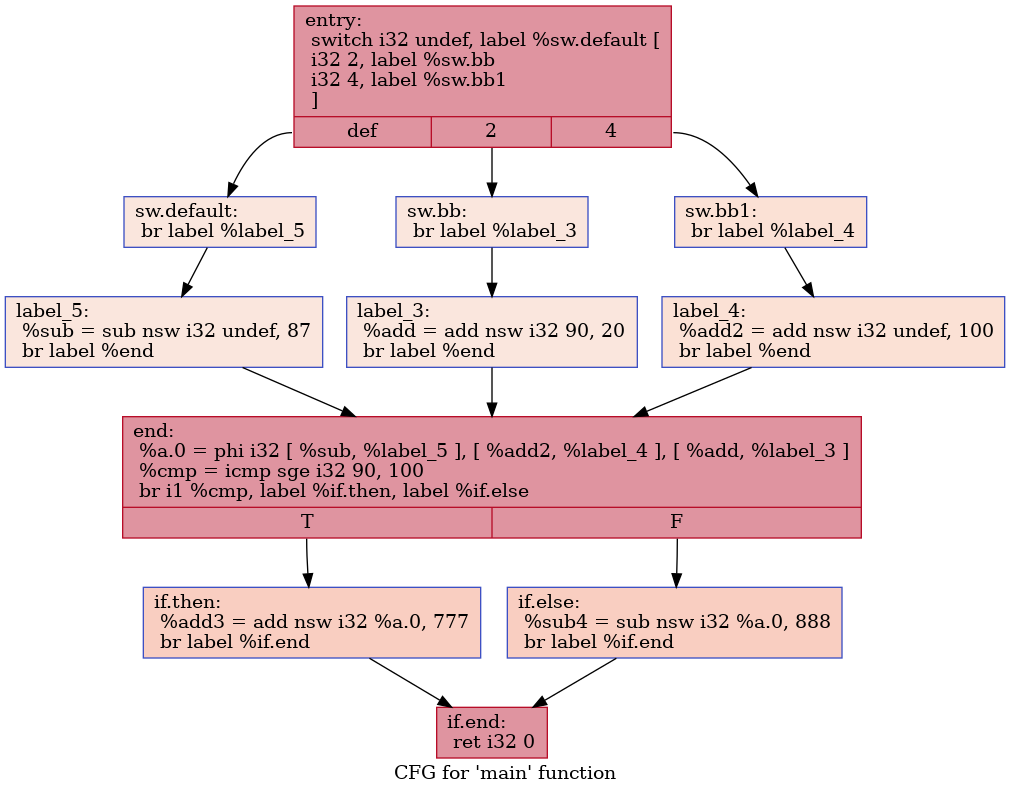
Before: IR/cfg/baseline.dot.png, a diagram exported from Graphviz (HPSSA-LLVM/HPSSA-LLVM). Its source is kept beside it as IR/cfg/baseline.dot.
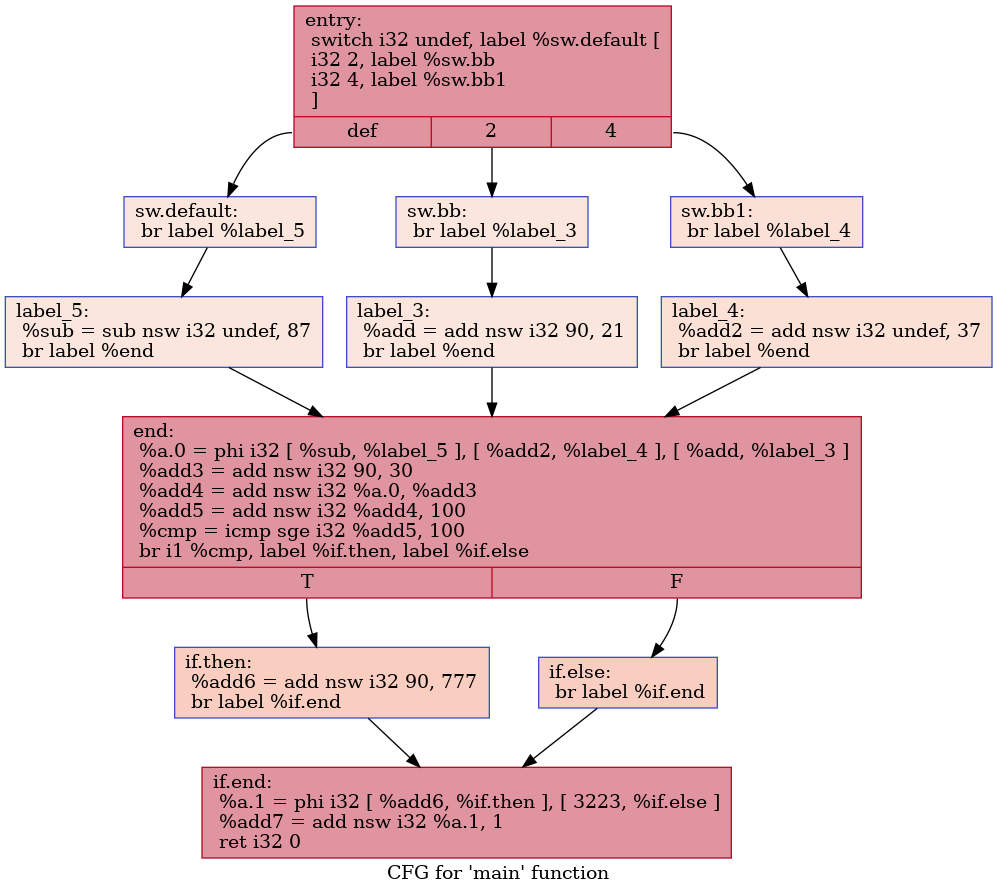
After the commit.

The edit, as a diff of the source:
```diff
@@ -1,28 +1,28 @@
 digraph "CFG for 'main' function" {
 	label="CFG for 'main' function";
 
-	Node0x55af77f527b0 [shape=record,color="#b70d28ff", style=filled, fillcolor="#b70d2870",label="{entry:\l  switch i32 undef, label %sw.default [\l    i32 2, label %sw.bb\l    i32 4, label %sw.bb1\l  ]\l|{<s0>def|<s1>2|<s2>4}}"];
-	Node0x55af77f527b0:s0 -> Node0x55af77f52d10;
-	Node0x55af77f527b0:s1 -> Node0x55af77f52d90;
-	Node0x55af77f527b0:s2 -> Node0x55af77f52e30;
-	Node0x55af77f52d90 [shape=record,color="#3d50c3ff", style=filled, fillcolor="#f3c7b170",label="{sw.bb:                                            \l  br label %label_3\l}"];
-	Node0x55af77f52d90 -> Node0x55af77f52fc0;
-	Node0x55af77f52e30 [shape=record,color="#3d50c3ff", style=filled, fillcolor="#f7bca170",label="{sw.bb1:                                           \l  br label %label_4\l}"];
-	Node0x55af77f52e30 -> Node0x55af77f530a0;
-	Node0x55af77f52d10 [shape=record,color="#3d50c3ff", style=filled, fillcolor="#f3c7b170",label="{sw.default:                                       \l  br label %label_5\l}"];
-	Node0x55af77f52d10 -> Node0x55af77f53180;
-	Node0x55af77f52fc0 [shape=record,color="#3d50c3ff", style=filled, fillcolor="#f3c7b170",label="{label_3:                                          \l  %add = add nsw i32 90, 20\l  br label %end\l}"];
-	Node0x55af77f52fc0 -> Node0x55af77f53370;
-	Node0x55af77f530a0 [shape=record,color="#3d50c3ff", style=filled, fillcolor="#f7bca170",label="{label_4:                                          \l  %add2 = add nsw i32 undef, 100\l  br label %end\l}"];
-	Node0x55af77f530a0 -> Node0x55af77f53370;
-	Node0x55af77f53180 [shape=record,color="#3d50c3ff", style=filled, fillcolor="#f3c7b170",label="{label_5:                                          \l  %sub = sub nsw i32 undef, 87\l  br label %end\l}"];
-	Node0x55af77f53180 -> Node0x55af77f53370;
-	Node0x55af77f53370 [shape=record,color="#b70d28ff", style=filled, fillcolor="#b70d2870",label="{end:                                              \l  %a.0 = phi i32 [ %sub, %label_5 ], [ %add2, %label_4 ], [ %add, %label_3 ]\l  %cmp = icmp sge i32 90, 100\l  br i1 %cmp, label %if.then, label %if.else\l|{<s0>T|<s1>F}}"];
-	Node0x55af77f53370:s0 -> Node0x55af77f53a30;
-	Node0x55af77f53370:s1 -> Node0x55af77f53aa0;
-	Node0x55af77f53a30 [shape=record,color="#3d50c3ff", style=filled, fillcolor="#f2907270",label="{if.then:                                          \l  %add3 = add nsw i32 %a.0, 777\l  br label %if.end\l}"];
-	Node0x55af77f53a30 -> Node0x55af77f53ca0;
-	Node0x55af77f53aa0 [shape=record,color="#3d50c3ff", style=filled, fillcolor="#f2907270",label="{if.else:                                          \l  %sub4 = sub nsw i32 %a.0, 888\l  br label %if.end\l}"];
-	Node0x55af77f53aa0 -> Node0x55af77f53ca0;
-	Node0x55af77f53ca0 [shape=record,color="#b70d28ff", style=filled, fillcolor="#b70d2870",label="{if.end:                                           \l  ret i32 0\l}"];
+	Node0x5618d3354840 [shape=record,color="#b70d28ff", style=filled, fillcolor="#b70d2870",label="{entry:\l  switch i32 undef, label %sw.default [\l    i32 2, label %sw.bb\l    i32 4, label %sw.bb1\l  ]\l|{<s0>def|<s1>2|<s2>4}}"];
+	Node0x5618d3354840:s0 -> Node0x5618d3354da0;
+	Node0x5618d3354840:s1 -> Node0x5618d3354e20;
+	Node0x5618d3354840:s2 -> Node0x5618d3354ec0;
+	Node0x5618d3354e20 [shape=record,color="#3d50c3ff", style=filled, fillcolor="#f3c7b170",label="{sw.bb:                                            \l  br label %label_3\l}"];
+	Node0x5618d3354e20 -> Node0x5618d3355050;
+	Node0x5618d3354ec0 [shape=record,color="#3d50c3ff", style=filled, fillcolor="#f7bca170",label="{sw.bb1:                                           \l  br label %label_4\l}"];
+	Node0x5618d3354ec0 -> Node0x5618d3355130;
+	Node0x5618d3354da0 [shape=record,color="#3d50c3ff", style=filled, fillcolor="#f3c7b170",label="{sw.default:                                       \l  br label %label_5\l}"];
+	Node0x5618d3354da0 -> Node0x5618d3355210;
+	Node0x5618d3355050 [shape=record,color="#3d50c3ff", style=filled, fillcolor="#f3c7b170",label="{label_3:                                          \l  %add = add nsw i32 90, 21\l  br label %end\l}"];
+	Node0x5618d3355050 -> Node0x5618d3355400;
+	Node0x5618d3355130 [shape=record,color="#3d50c3ff", style=filled, fillcolor="#f7bca170",label="{label_4:                                          \l  %add2 = add nsw i32 undef, 37\l  br label %end\l}"];
+	Node0x5618d3355130 -> Node0x5618d3355400;
+	Node0x5618d3355210 [shape=record,color="#3d50c3ff", style=filled, fillcolor="#f3c7b170",label="{label_5:                                          \l  %sub = sub nsw i32 undef, 87\l  br label %end\l}"];
+	Node0x5618d3355210 -> Node0x5618d3355400;
+	Node0x5618d3355400 [shape=record,color="#b70d28ff", style=filled, fillcolor="#b70d2870",label="{end:                                              \l  %a.0 = phi i32 [ %sub, %label_5 ], [ %add2, %label_4 ], [ %add, %label_3 ]\l  %add3 = add nsw i32 90, 30\l  %add4 = add nsw i32 %a.0, %add3\l  %add5 = add nsw i32 %add4, 100\l  %cmp = icmp sge i32 %add5, 100\l  br i1 %cmp, label %if.then, label %if.else\l|{<s0>T|<s1>F}}"];
+	Node0x5618d3355400:s0 -> Node0x5618d3355d30;
+	Node0x5618d3355400:s1 -> Node0x5618d3355da0;
+	Node0x5618d3355d30 [shape=record,color="#3d50c3ff", style=filled, fillcolor="#f2907270",label="{if.then:                                          \l  %add6 = add nsw i32 90, 777\l  br label %if.end\l}"];
+	Node0x5618d3355d30 -> Node0x5618d3355fa0;
+	Node0x5618d3355da0 [shape=record,color="#3d50c3ff", style=filled, fillcolor="#f2907270",label="{if.else:                                          \l  br label %if.end\l}"];
+	Node0x5618d3355da0 -> Node0x5618d3355fa0;
+	Node0x5618d3355fa0 [shape=record,color="#b70d28ff", style=filled, fillcolor="#b70d2870",label="{if.end:                                           \l  %a.1 = phi i32 [ %add6, %if.then ], [ 3223, %if.else ]\l  %add7 = add nsw i32 %a.1, 1\l  ret i32 0\l}"];
 }
```
